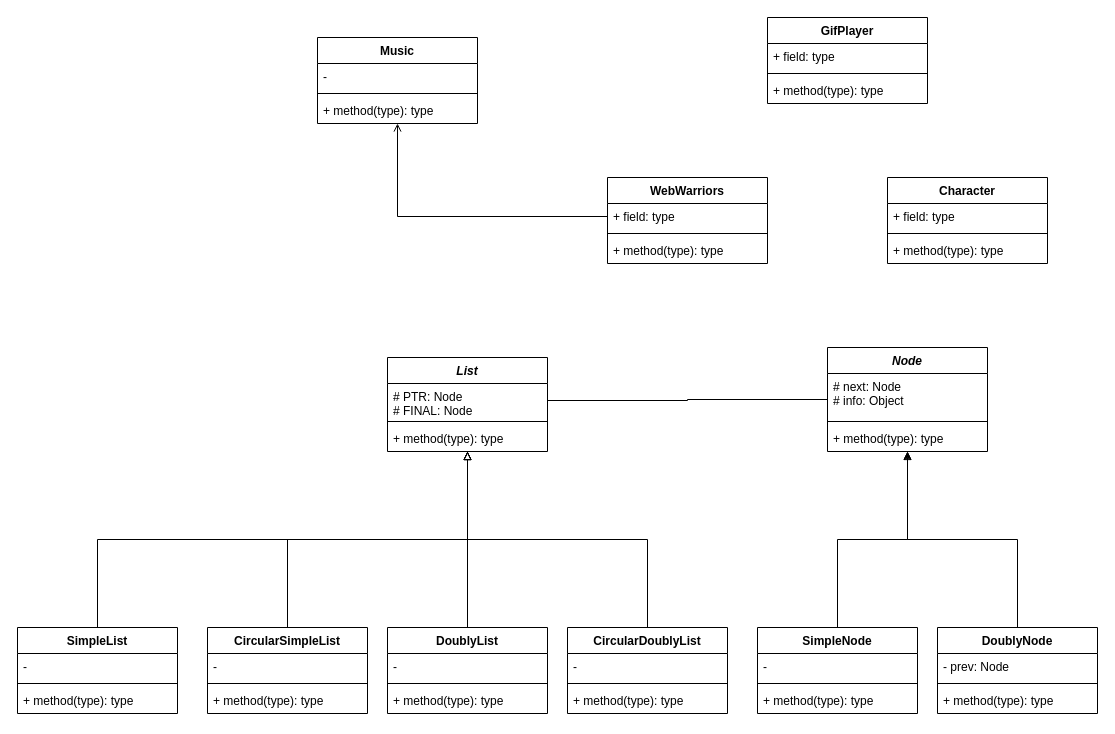
Earlier version of the draw.io diagram Web warriors.drawio (Ally2403/Web-Warriors). Source tidied: cells renumbered, new cells numbered last; positions are measured from the earlier drawing's top-left corner, leaving out a move shared by most shapes. Both pictures are drawn from the tidied source at 100%, with x=0, y=0 at pixel (17, 17).
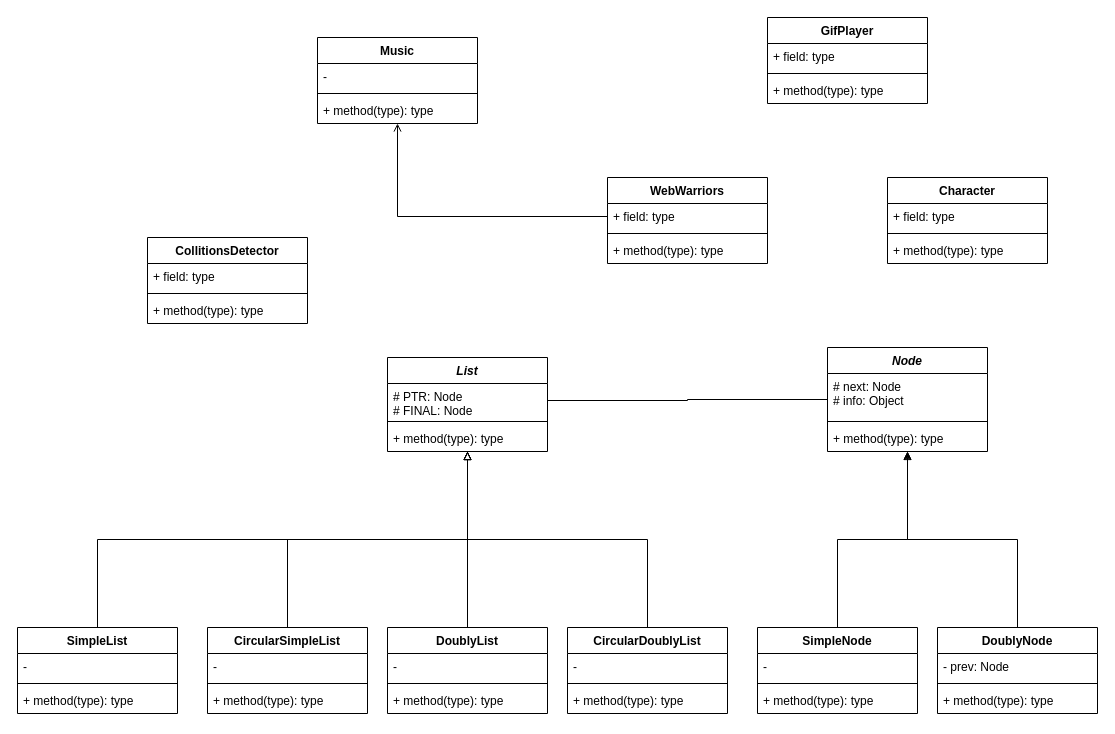
Above is the later version.

The edit, as a diff of the source:
```diff
@@
+    <mxCell id="58" value="CollitionsDetector" style="swimlane;fontStyle=1;align=center;verticalAlign=top;horizontal=1;startSize=26;whiteSpace=wrap;html=1;" parent="1" vertex="1">
+      <mxGeometry x="130" y="220" width="160" height="86" as="geometry" />
+    </mxCell>
+    <mxCell id="59" value="+ field: type" style="text;strokeColor=none;fillColor=none;align=left;verticalAlign=top;spacingLeft=4;spacingRight=4;overflow=hidden;whiteSpace=wrap;html=1;" parent="58" vertex="1">
+      <mxGeometry y="26" width="160" height="26" as="geometry" />
+    </mxCell>
+    <mxCell id="60" style="line;strokeWidth=1;fillColor=none;align=left;verticalAlign=middle;spacingTop=-1;spacingLeft=3;spacingRight=3;labelPosition=right;strokeColor=inherit;" parent="58" vertex="1">
+      <mxGeometry y="52" width="160" height="8" as="geometry" />
+    </mxCell>
+    <mxCell id="61" value="+ method(type): type" style="text;strokeColor=none;fillColor=none;align=left;verticalAlign=top;spacingLeft=4;spacingRight=4;overflow=hidden;whiteSpace=wrap;html=1;" parent="58" vertex="1">
+      <mxGeometry y="60" width="160" height="26" as="geometry" />
+    </mxCell>
```
